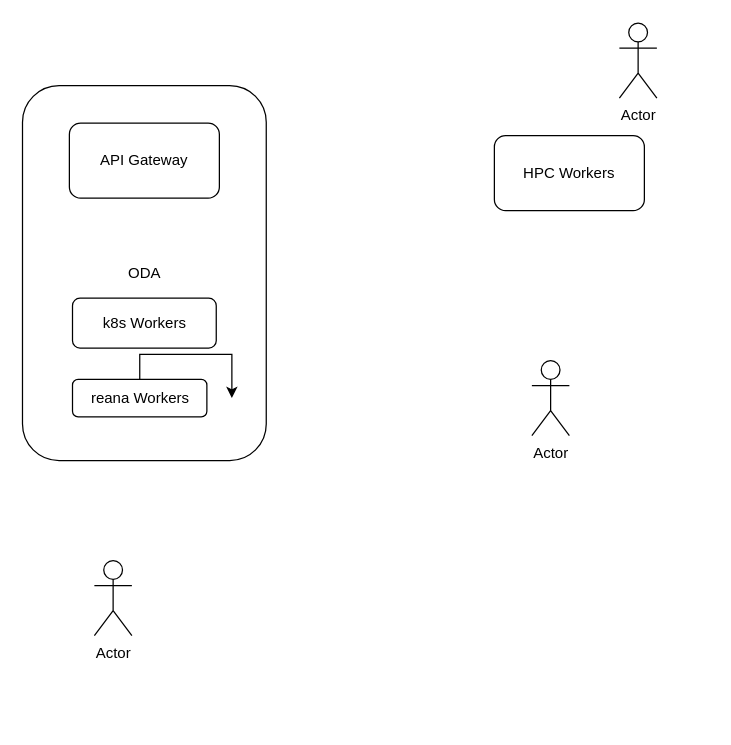
Before: Diagram.drawio in cdcihub/oda-runners, a draw.io diagram. Source tidied: cells renumbered, new cells numbered last; positions are measured from the earlier drawing's top-left corner, leaving out a move shared by most shapes. Both pictures are drawn from the tidied source at 125%, with x=0, y=0 at pixel (21, 22).
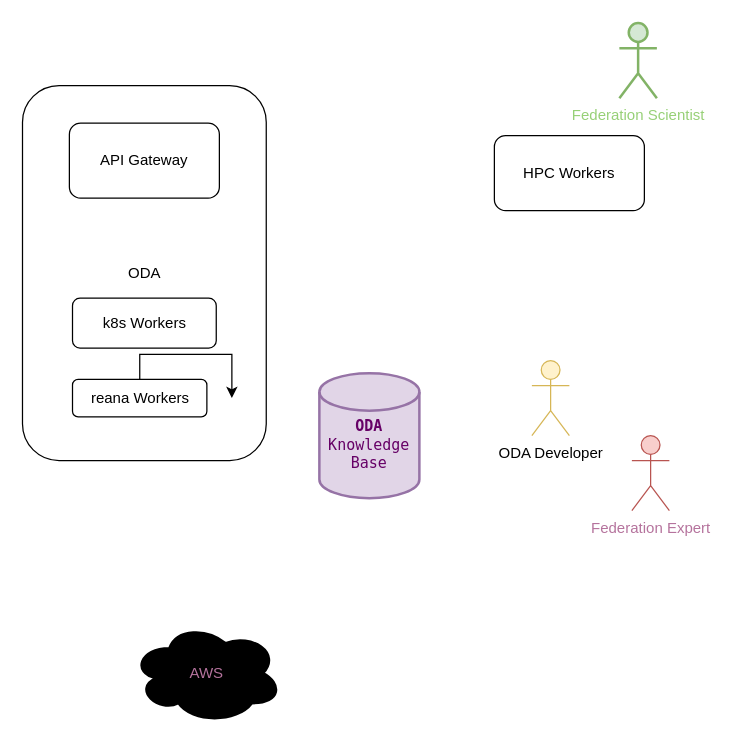
The same page after the edit.

What changed in the source:
```diff
@@
 <mxGraphModel>
   <root>
     <mxCell id="0" />
     <mxCell id="1" parent="0" />
     <mxCell id="2" value="ODA" style="rounded=1;whiteSpace=wrap;html=1;" parent="1" vertex="1">
       <mxGeometry x="0.5" y="50" width="195" height="300" as="geometry" />
     </mxCell>
     <mxCell id="3" value="API Gateway" style="rounded=1;whiteSpace=wrap;html=1;" parent="1" vertex="1">
       <mxGeometry x="38" y="80" width="120" height="60" as="geometry" />
     </mxCell>
     <mxCell id="4" value="HPC Workers" style="rounded=1;whiteSpace=wrap;html=1;" parent="1" vertex="1">
       <mxGeometry x="378" y="90" width="120" height="60" as="geometry" />
     </mxCell>
-    <mxCell id="5" value="Actor" style="shape=umlActor;verticalLabelPosition=bottom;verticalAlign=top;html=1;" parent="1" vertex="1">
+    <mxCell id="5" value="&lt;font color=&quot;#97D077&quot;&gt;Federation Scientist&lt;/font&gt;" style="shape=umlActor;verticalLabelPosition=bottom;verticalAlign=top;html=1;fillColor=#d5e8d4;strokeColor=#82b366;strokeWidth=2;" parent="1" vertex="1">
       <mxGeometry x="478" width="30" height="60" as="geometry" />
     </mxCell>
-    <mxCell id="6" value="Actor" style="shape=umlActor;verticalLabelPosition=bottom;verticalAlign=top;html=1;" parent="1" vertex="1">
+    <mxCell id="6" value="ODA Developer" style="shape=umlActor;verticalLabelPosition=bottom;verticalAlign=top;html=1;shadow=0;sketch=0;fillColor=#fff2cc;strokeColor=#d6b656;" parent="1" vertex="1">
       <mxGeometry x="408" y="270" width="30" height="60" as="geometry" />
     </mxCell>
-    <mxCell id="7" value="Actor" style="shape=umlActor;verticalLabelPosition=bottom;verticalAlign=top;html=1;" parent="1" vertex="1">
-      <mxGeometry x="58" y="430" width="30" height="60" as="geometry" />
+    <mxCell id="7" value="&lt;div&gt;Federation Expert&lt;/div&gt;" style="shape=umlActor;verticalLabelPosition=bottom;verticalAlign=top;html=1;fillColor=#f8cecc;strokeColor=#b85450;fontColor=#B5739D;" parent="1" vertex="1">
+      <mxGeometry x="488" y="330" width="30" height="60" as="geometry" />
     </mxCell>
     <mxCell id="8" value="k8s Workers" style="rounded=1;whiteSpace=wrap;html=1;" parent="1" vertex="1">
       <mxGeometry x="40.5" y="220" width="115" height="40" as="geometry" />
     </mxCell>
     <mxCell id="9" style="edgeStyle=orthogonalEdgeStyle;rounded=0;jettySize=auto;html=1;entryX=0.859;entryY=0.833;entryDx=0;entryDy=0;entryPerimeter=0;" parent="1" edge="1" source="10" target="2">
       <mxGeometry relative="1" as="geometry" />
     </mxCell>
     <mxCell id="10" value="reana Workers" style="rounded=1;whiteSpace=wrap;html=1;" parent="1" vertex="1">
       <mxGeometry x="40.5" y="285" width="107.5" height="30" as="geometry" />
     </mxCell>
+    <mxCell id="11" value="&lt;div&gt;&lt;font face=&quot;Lucida Console&quot; color=&quot;#660066&quot;&gt;&lt;br&gt;&lt;/font&gt;&lt;/div&gt;&lt;div&gt;&lt;b&gt;&lt;font face=&quot;Lucida Console&quot; color=&quot;#660066&quot;&gt;ODA&lt;/font&gt;&lt;/b&gt;&lt;/div&gt;&lt;div&gt;&lt;font face=&quot;Lucida Console&quot; color=&quot;#660066&quot;&gt;Knowledge &lt;br&gt;&lt;/font&gt;&lt;/div&gt;&lt;div&gt;&lt;font face=&quot;Lucida Console&quot; color=&quot;#660066&quot;&gt;Base&lt;br&gt;&lt;/font&gt;&lt;/div&gt;" style="shape=cylinder2;whiteSpace=wrap;html=1;boundedLbl=1;backgroundOutline=1;size=15;shadow=0;sketch=0;strokeColor=#9673a6;strokeWidth=2;fillColor=#e1d5e7;" parent="1" vertex="1">
+      <mxGeometry x="238" y="280" width="80" height="100" as="geometry" />
+    </mxCell>
+    <mxCell id="12" value="AWS" style="ellipse;shape=cloud;whiteSpace=wrap;html=1;shadow=0;sketch=0;strokeColor=#000000;strokeWidth=2;fillColor=#000000;gradientColor=none;fontColor=#B5739D;" parent="1" vertex="1">
+      <mxGeometry x="88" y="480" width="120" height="80" as="geometry" />
+    </mxCell>
   </root>
 </mxGraphModel>
```
